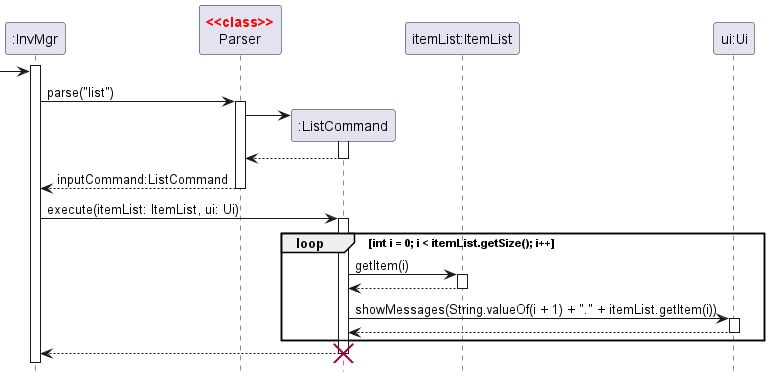
Earlier version of the PlantUML export docs/img/ListCommandSequenceDiagram.png (nus-cs2113-AY2122S2/tp). The source it was exported from:
```plantuml
@startuml
hide footbox
skinparam guillemet false
skinparam sequenceStereotypeFontColor red
skinparam sequenceStereotypeFontStyle bold

Participant ":InvMgr" as invmgr
Participant "Parser" as parser <<class>>
Participant ":ListCommand" as lstcmd
Participant "itemList:ItemList" as itmlst
Participant "ui:Ui" as ui

activate invmgr

-> invmgr
invmgr -> parser:parse("list")
activate parser

create lstcmd
parser -> lstcmd
activate lstcmd
return

return inputCommand:ListCommand

invmgr -> lstcmd:execute(itemList: ItemList, ui: Ui)

activate lstcmd
loop int i = 0; i < itemList.getSize(); i++
    lstcmd -> itmlst:getItem(i)
    activate itmlst
    return

    lstcmd -> ui:showMessages(String.valueOf(i + 1) + "." + itemList.getItem(i))
    activate ui
    return

end
return
destroy lstcmd

@enduml
```
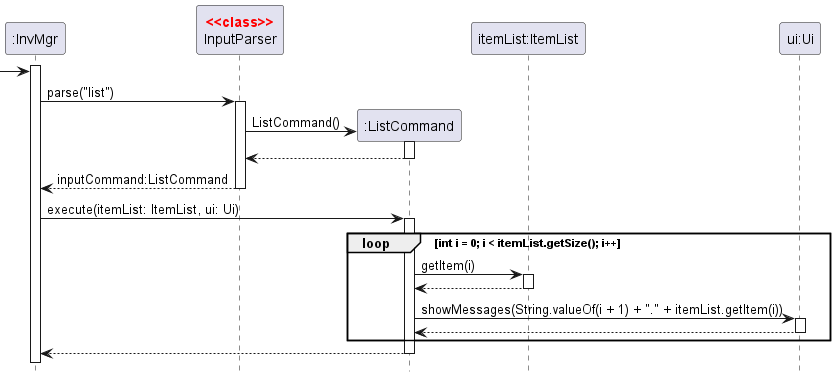
Later version of the same file.

Commit message:
Update Developer Guide for ListCommand, ListAvailableBorrowingsCommand and CancelFutureBorrowings Command

Diff of the diagram source:
```diff
@@ -5,7 +5,7 @@
 skinparam sequenceStereotypeFontStyle bold
 
 Participant ":InvMgr" as invmgr
-Participant "Parser" as parser <<class>>
+Participant "InputParser" as parser <<class>>
 Participant ":ListCommand" as lstcmd
 Participant "itemList:ItemList" as itmlst
 Participant "ui:Ui" as ui
@@ -17,7 +17,7 @@
 activate parser
 
 create lstcmd
-parser -> lstcmd
+parser -> lstcmd:ListCommand()
 activate lstcmd
 return
 
@@ -37,6 +37,5 @@
 
 end
 return
-destroy lstcmd
 
 @enduml
```
